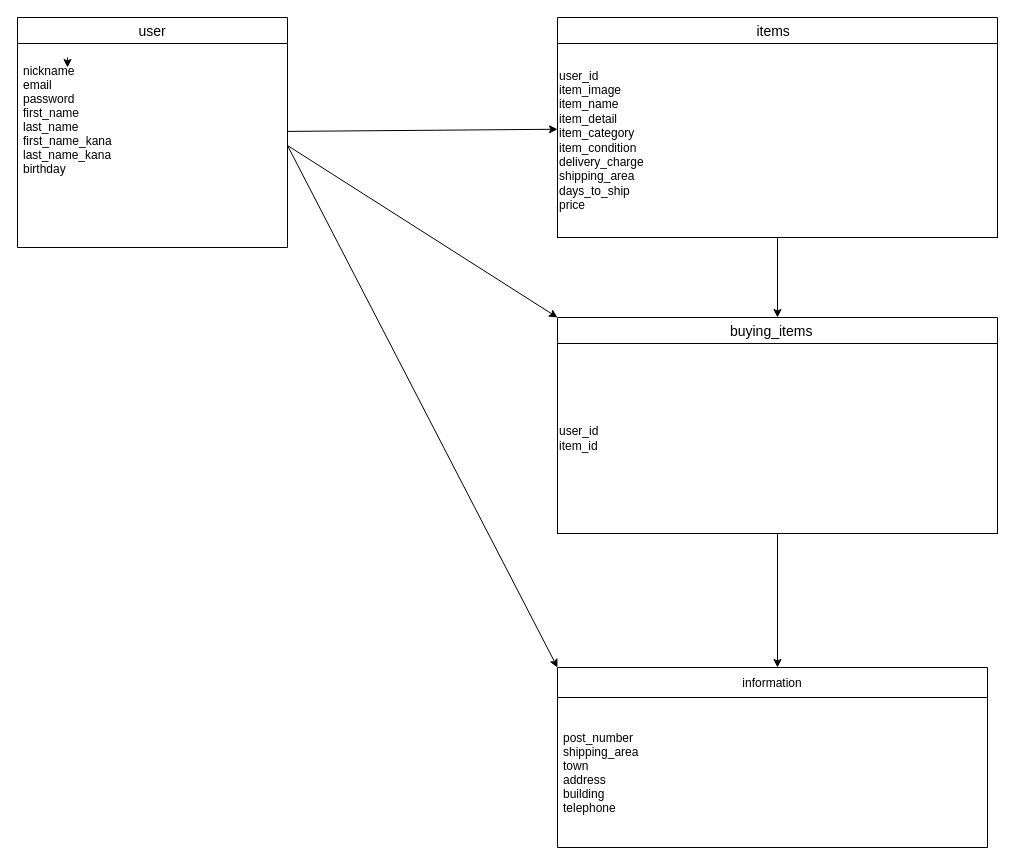
This is test.dio from kakaricho3156/furima-38130, a draw.io file, before an edit. Source tidied: cells renumbered, new cells numbered last; positions are measured from the earlier drawing's top-left corner, leaving out a move shared by most shapes. Both pictures are drawn from the tidied source at 100%, with x=0, y=0 at pixel (17, 17).
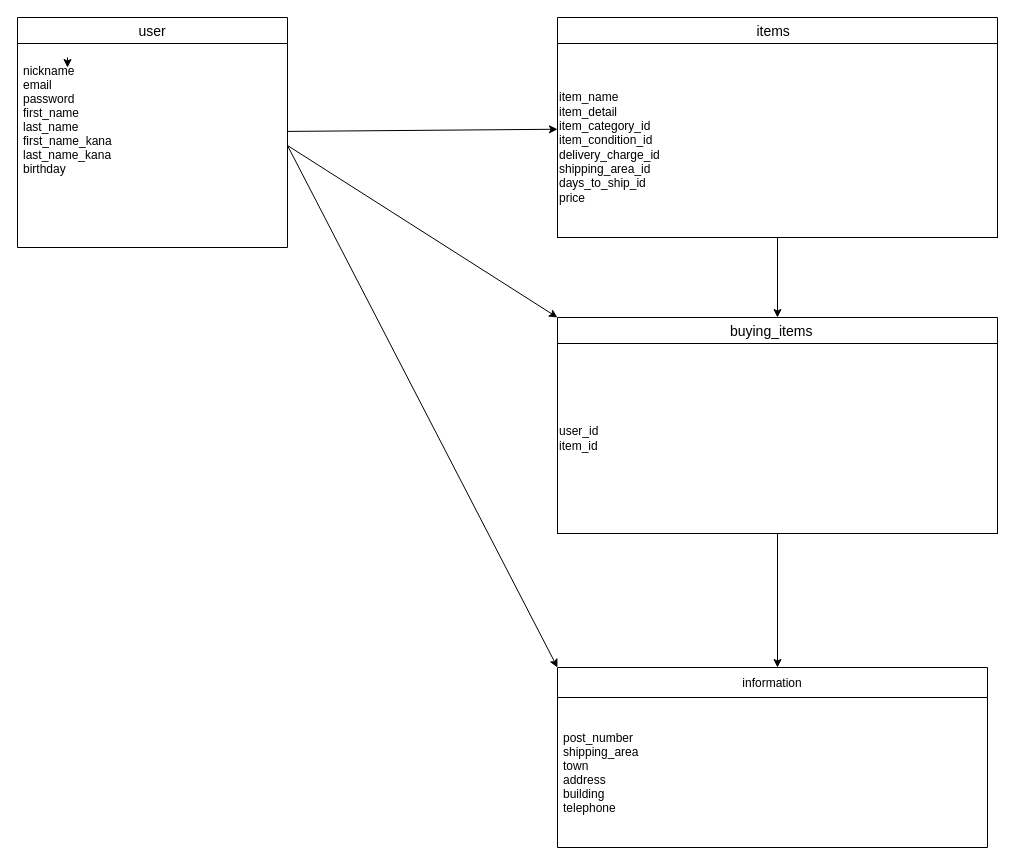
The same page after the edit.

The edit, as a diff of the source:
```diff
@@
 <mxGraphModel>
   <root>
     <mxCell id="0" />
     <mxCell id="1" parent="0" />
     <mxCell id="2" style="edgeStyle=none;html=1;exitX=0.5;exitY=1;exitDx=0;exitDy=0;" parent="1" edge="1">
       <mxGeometry relative="1" as="geometry">
         <mxPoint x="50" y="40" as="sourcePoint" />
         <mxPoint x="50" y="50" as="targetPoint" />
       </mxGeometry>
     </mxCell>
     <mxCell id="3" style="edgeStyle=none;html=1;" parent="1" edge="1" source="4" target="7">
       <mxGeometry relative="1" as="geometry" />
     </mxCell>
     <mxCell id="4" value="user" style="swimlane;fontStyle=0;horizontal=1;startSize=26;align=center;fontSize=14;" parent="1" vertex="1">
       <mxGeometry width="270" height="230" as="geometry" />
     </mxCell>
     <mxCell id="5" value="&#10;nickname&#10;email&#10;password&#10;first_name&#10;last_name&#10;first_name_kana&#10;last_name_kana&#10;birthday" style="text;strokeColor=none;fillColor=none;spacingLeft=4;spacingRight=4;overflow=hidden;points=[[0,0.5],[1,0.5]];portConstraint=eastwest;fontSize=12;" parent="4" vertex="1">
       <mxGeometry y="26" width="270" height="204" as="geometry" />
     </mxCell>
     <mxCell id="6" style="edgeStyle=none;html=1;" parent="1" edge="1" source="7" target="9">
       <mxGeometry relative="1" as="geometry" />
     </mxCell>
     <mxCell id="7" value="items  " style="swimlane;fontStyle=0;horizontal=1;startSize=26;align=center;fontSize=14;" parent="1" vertex="1">
       <mxGeometry x="540" width="440" height="220" as="geometry" />
     </mxCell>
-    <mxCell id="8" value="user_id&lt;br&gt;item_image&lt;br&gt;item_name&lt;br&gt;item_detail&lt;br&gt;item_category&lt;br&gt;item_condition&lt;br&gt;delivery_charge&lt;br&gt;shipping_area&lt;br&gt;days_to_ship&lt;br&gt;price" style="whiteSpace=wrap;html=1;align=left;" parent="7" vertex="1">
+    <mxCell id="8" value="&lt;br&gt;item_name&lt;br&gt;item_detail&lt;br&gt;item_category_id&lt;br&gt;item_condition_id&lt;br&gt;delivery_charge_id&lt;br&gt;shipping_area_id&lt;br&gt;days_to_ship_id&lt;br&gt;price" style="whiteSpace=wrap;html=1;align=left;" parent="7" vertex="1">
       <mxGeometry y="26" width="440" height="194" as="geometry" />
     </mxCell>
     <mxCell id="9" value="buying_items   " style="swimlane;fontStyle=0;horizontal=1;startSize=26;align=center;fontSize=14;" parent="1" vertex="1">
       <mxGeometry x="540" y="300" width="440" height="216" as="geometry" />
     </mxCell>
     <mxCell id="10" value="user_id&lt;br&gt;item_id" style="whiteSpace=wrap;html=1;align=left;" parent="9" vertex="1">
       <mxGeometry y="26" width="440" height="190" as="geometry" />
     </mxCell>
     <mxCell id="11" style="edgeStyle=none;html=1;" parent="1" edge="1" source="10">
       <mxGeometry relative="1" as="geometry">
         <mxPoint x="760" y="650" as="targetPoint" />
       </mxGeometry>
     </mxCell>
     <mxCell id="12" style="edgeStyle=none;html=1;exitX=1;exitY=0.5;exitDx=0;exitDy=0;entryX=0;entryY=0;entryDx=0;entryDy=0;" parent="1" edge="1" source="5" target="9">
       <mxGeometry relative="1" as="geometry" />
     </mxCell>
     <mxCell id="13" style="edgeStyle=none;html=1;exitX=1;exitY=0.5;exitDx=0;exitDy=0;entryX=0;entryY=0;entryDx=0;entryDy=0;" parent="1" edge="1" source="5">
       <mxGeometry relative="1" as="geometry">
         <mxPoint x="540" y="650" as="targetPoint" />
       </mxGeometry>
     </mxCell>
     <mxCell id="14" value="information" style="swimlane;fontStyle=0;horizontal=1;startSize=30;" parent="1" vertex="1">
       <mxGeometry x="540" y="650" width="430" height="180" as="geometry" />
     </mxCell>
     <mxCell id="15" value="post_number&#10;shipping_area&#10;town&#10;address&#10;building&#10;telephone" style="text;strokeColor=none;fillColor=none;align=left;verticalAlign=middle;spacingLeft=4;spacingRight=4;overflow=hidden;" parent="14" vertex="1">
       <mxGeometry y="30" width="430" height="150" as="geometry" />
     </mxCell>
   </root>
 </mxGraphModel>
```
